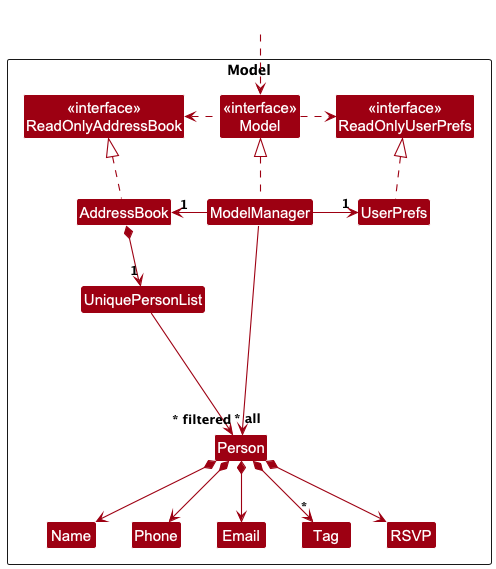
Earlier version of the PlantUML export docs/images/ModelClassDiagram.png (nus-cs2103-AY2425S1/tp). Its diagram source:
```plantuml
@startuml
!include style.puml
skinparam arrowThickness 1.1
skinparam arrowColor MODEL_COLOR
skinparam classBackgroundColor MODEL_COLOR

Package Model as ModelPackage <<Rectangle>>{
Class "<<interface>>\nReadOnlyAddressBook" as ReadOnlyAddressBook
Class "<<interface>>\nReadOnlyUserPrefs" as ReadOnlyUserPrefs
Class "<<interface>>\nModel" as Model
Class AddressBook
Class ModelManager
Class UserPrefs

Class UniquePersonList
Class Person
Class Email
Class Name
Class Phone
Class Tag
Class RSVP

Class I #FFFFFF
}

Class HiddenOutside #FFFFFF
HiddenOutside ..> Model

AddressBook .up.|> ReadOnlyAddressBook

ModelManager .up.|> Model
Model .right.> ReadOnlyUserPrefs
Model .left.> ReadOnlyAddressBook
ModelManager -left-> "1" AddressBook
ModelManager -right-> "1" UserPrefs
UserPrefs .up.|> ReadOnlyUserPrefs

AddressBook *--> "1" UniquePersonList
UniquePersonList --> "~* all" Person
Person *--> Name
Person *--> Phone
Person *--> Email
Person *--> "*" Tag
Person *--> RSVP

Person -[hidden]up--> I
UniquePersonList -[hidden]right-> I

Name -[hidden]right-> Phone

ModelManager --> "~* filtered" Person
@enduml
```
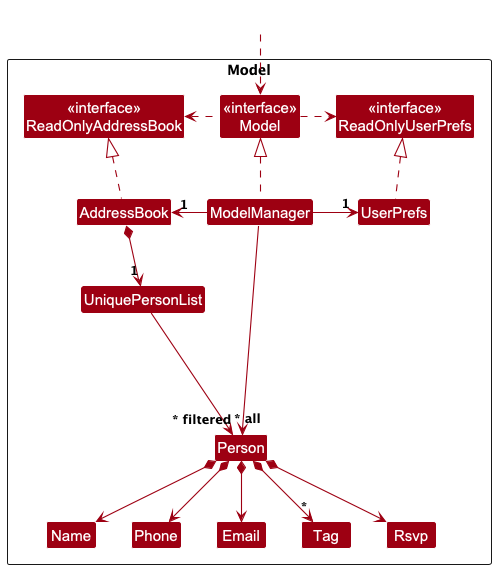
After the change.

Diff of the diagram source:
```diff
@@ -18,7 +18,7 @@
 Class Name
 Class Phone
 Class Tag
-Class RSVP
+Class Rsvp
 
 Class I #FFFFFF
 }
@@ -41,7 +41,7 @@
 Person *--> Phone
 Person *--> Email
 Person *--> "*" Tag
-Person *--> RSVP
+Person *--> Rsvp
 
 Person -[hidden]up--> I
 UniquePersonList -[hidden]right-> I
```
